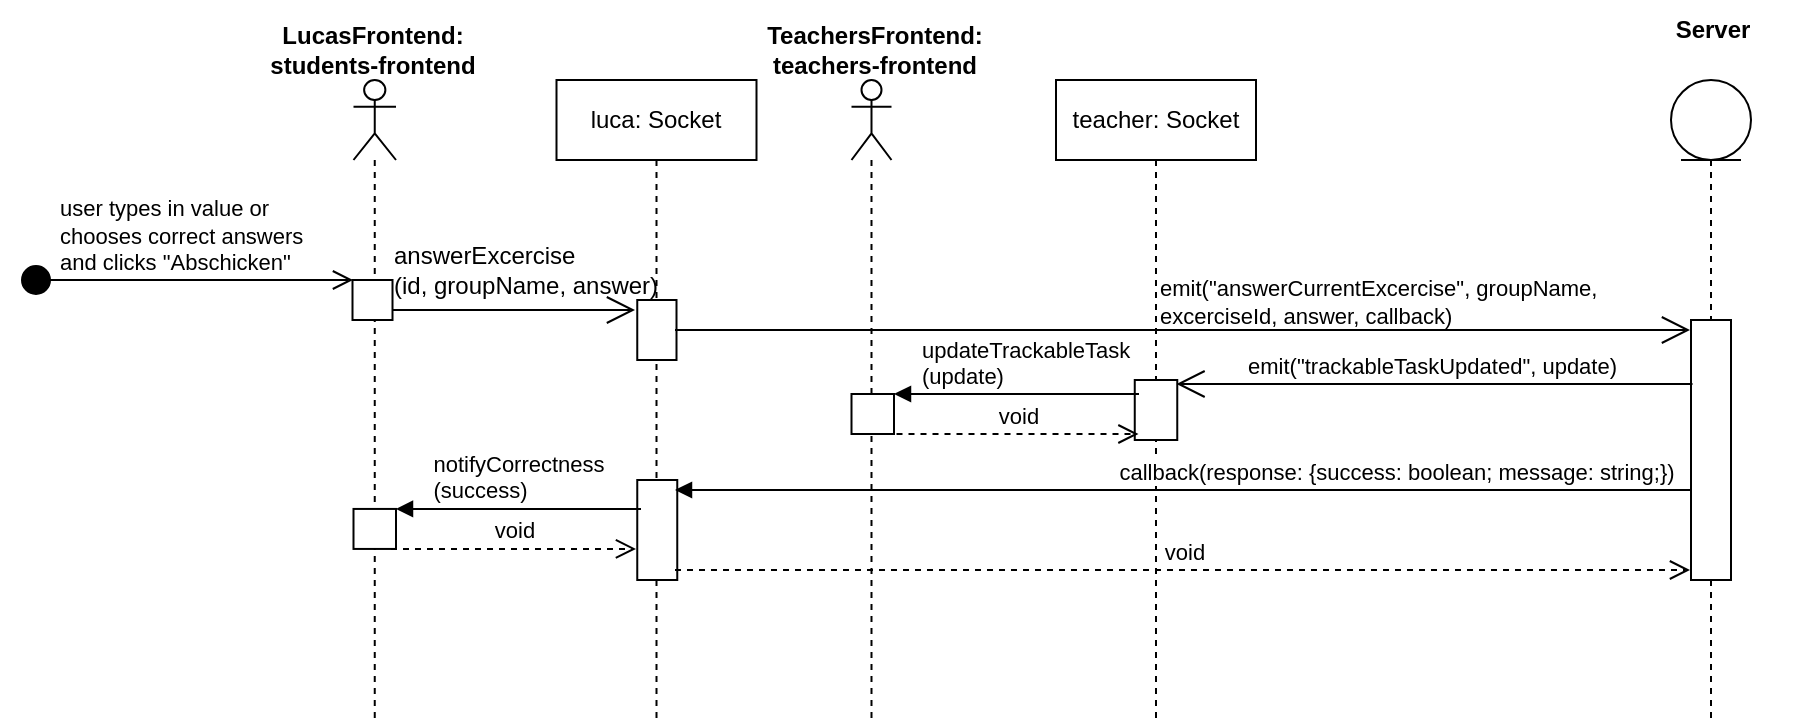
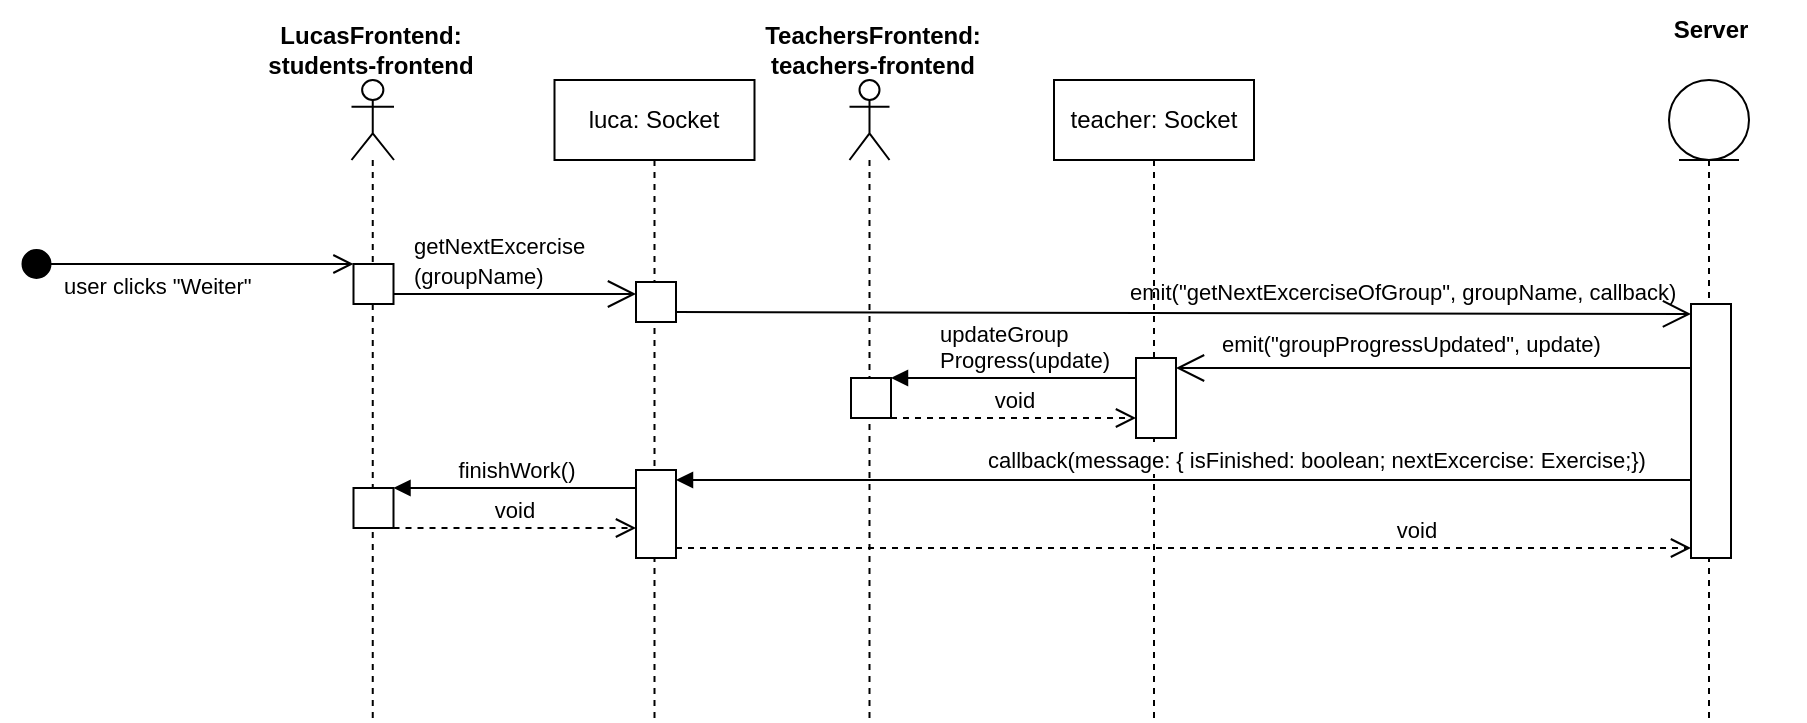
<mxfile host="app.diagrams.net" agent="Mozilla/5.0 (Windows NT 10.0; Win64; x64; rv:133.0) Gecko/20100101 Firefox/133.0" version="25.0.3">
  <diagram name="Page-1" id="2aDTY9amNtia2wzeplLk">
-     <mxGraphModel dx="2294" dy="838" grid="1" gridSize="10" guides="1" tooltips="1" connect="1" arrows="1" fold="1" page="1" pageScale="1" pageWidth="850" pageHeight="1100" math="0" shadow="0">
+     <mxGraphModel dx="1909" dy="615" grid="1" gridSize="10" guides="1" tooltips="1" connect="1" arrows="1" fold="1" page="1" pageScale="1" pageWidth="850" pageHeight="1100" math="0" shadow="0">
      <root>
        <mxCell id="0" />
        <mxCell id="1" parent="0" />
        <mxCell id="wzhvgZOO0w4-mviFbUcD-19" value="" style="shape=umlLifeline;perimeter=lifelinePerimeter;whiteSpace=wrap;html=1;container=1;dropTarget=0;collapsible=0;recursiveResize=0;outlineConnect=0;portConstraint=eastwest;newEdgeStyle={&quot;curved&quot;:0,&quot;rounded&quot;:0};participant=umlEntity;" parent="1" vertex="1">
          <mxGeometry x="607.5" y="40" width="40" height="320" as="geometry" />
        </mxCell>
-         <mxCell id="36G0p44SmY7-EEJN0GJe-1" value="" style="html=1;points=[[0,0,0,0,5],[0,1,0,0,-5],[1,0,0,0,5],[1,1,0,0,-5]];perimeter=orthogonalPerimeter;outlineConnect=0;targetShapes=umlLifeline;portConstraint=eastwest;newEdgeStyle={&quot;curved&quot;:0,&quot;rounded&quot;:0};" vertex="1" parent="wzhvgZOO0w4-mviFbUcD-19">
-           <mxGeometry x="10" y="120" width="20" height="130" as="geometry" />
-         </mxCell>
        <mxCell id="T5XOlsIRSnDnDzt5xugD-2" value="teacher: Socket" style="shape=umlLifeline;perimeter=lifelinePerimeter;whiteSpace=wrap;html=1;container=1;dropTarget=0;collapsible=0;recursiveResize=0;outlineConnect=0;portConstraint=eastwest;newEdgeStyle={&quot;curved&quot;:0,&quot;rounded&quot;:0};" parent="1" vertex="1">
          <mxGeometry x="300" y="40" width="100" height="320" as="geometry" />
-         </mxCell>
-         <mxCell id="36G0p44SmY7-EEJN0GJe-11" value="" style="html=1;points=[[0,0,0,0,5],[0,1,0,0,-5],[1,0,0,0,5],[1,1,0,0,-5]];perimeter=orthogonalPerimeter;outlineConnect=0;targetShapes=umlLifeline;portConstraint=eastwest;newEdgeStyle={&quot;curved&quot;:0,&quot;rounded&quot;:0};" vertex="1" parent="T5XOlsIRSnDnDzt5xugD-2">
-           <mxGeometry x="39.38" y="150" width="21.25" height="30" as="geometry" />
        </mxCell>
        <mxCell id="T5XOlsIRSnDnDzt5xugD-1" value="" style="shape=umlLifeline;perimeter=lifelinePerimeter;whiteSpace=wrap;html=1;container=1;dropTarget=0;collapsible=0;recursiveResize=0;outlineConnect=0;portConstraint=eastwest;newEdgeStyle={&quot;curved&quot;:0,&quot;rounded&quot;:0};participant=umlActor;" parent="1" vertex="1">
          <mxGeometry x="197.75" y="40" width="20" height="320" as="geometry" />
        </mxCell>
        <mxCell id="T5XOlsIRSnDnDzt5xugD-4" value="luca: Socket" style="shape=umlLifeline;perimeter=lifelinePerimeter;whiteSpace=wrap;html=1;container=1;dropTarget=0;collapsible=0;recursiveResize=0;outlineConnect=0;portConstraint=eastwest;newEdgeStyle={&quot;curved&quot;:0,&quot;rounded&quot;:0};" parent="1" vertex="1">
          <mxGeometry x="50.25" y="40" width="100" height="320" as="geometry" />
        </mxCell>
-         <mxCell id="36G0p44SmY7-EEJN0GJe-2" value="" style="html=1;points=[[0,0,0,0,5],[0,1,0,0,-5],[1,0,0,0,5],[1,1,0,0,-5]];perimeter=orthogonalPerimeter;outlineConnect=0;targetShapes=umlLifeline;portConstraint=eastwest;newEdgeStyle={&quot;curved&quot;:0,&quot;rounded&quot;:0};" vertex="1" parent="T5XOlsIRSnDnDzt5xugD-4">
-           <mxGeometry x="40.38" y="200" width="20" height="50" as="geometry" />
-         </mxCell>
-         <mxCell id="36G0p44SmY7-EEJN0GJe-4" value="" style="html=1;points=[[0,0,0,0,5],[0,1,0,0,-5],[1,0,0,0,5],[1,1,0,0,-5]];perimeter=orthogonalPerimeter;outlineConnect=0;targetShapes=umlLifeline;portConstraint=eastwest;newEdgeStyle={&quot;curved&quot;:0,&quot;rounded&quot;:0};" vertex="1" parent="T5XOlsIRSnDnDzt5xugD-4">
-           <mxGeometry x="40.38" y="110" width="19.62" height="30" as="geometry" />
-         </mxCell>
        <mxCell id="T5XOlsIRSnDnDzt5xugD-3" value="" style="shape=umlLifeline;perimeter=lifelinePerimeter;whiteSpace=wrap;html=1;container=1;dropTarget=0;collapsible=0;recursiveResize=0;outlineConnect=0;portConstraint=eastwest;newEdgeStyle={&quot;curved&quot;:0,&quot;rounded&quot;:0};participant=umlActor;" parent="1" vertex="1">
          <mxGeometry x="-51.25" y="40" width="21.25" height="320" as="geometry" />
-         </mxCell>
-         <mxCell id="36G0p44SmY7-EEJN0GJe-13" value="" style="html=1;points=[[0,0,0,0,5],[0,1,0,0,-5],[1,0,0,0,5],[1,1,0,0,-5]];perimeter=orthogonalPerimeter;outlineConnect=0;targetShapes=umlLifeline;portConstraint=eastwest;newEdgeStyle={&quot;curved&quot;:0,&quot;rounded&quot;:0};" vertex="1" parent="T5XOlsIRSnDnDzt5xugD-3">
-           <mxGeometry y="214.47000000000003" width="21.25" height="20" as="geometry" />
-         </mxCell>
-         <mxCell id="36G0p44SmY7-EEJN0GJe-14" value="&lt;div&gt;notifyCorrectness&lt;/div&gt;&lt;div align=&quot;left&quot;&gt;(success)&lt;/div&gt;" style="html=1;verticalAlign=bottom;endArrow=block;curved=0;rounded=0;" edge="1" parent="T5XOlsIRSnDnDzt5xugD-3">
-           <mxGeometry width="80" relative="1" as="geometry">
-             <mxPoint x="143.7499999999999" y="214.47000000000003" as="sourcePoint" />
-             <mxPoint x="21.249999999999886" y="214.47000000000003" as="targetPoint" />
-           </mxGeometry>
-         </mxCell>
-         <mxCell id="36G0p44SmY7-EEJN0GJe-15" value="void" style="html=1;verticalAlign=bottom;endArrow=open;dashed=1;endSize=8;curved=0;rounded=0;" edge="1" parent="T5XOlsIRSnDnDzt5xugD-3">
-           <mxGeometry relative="1" as="geometry">
-             <mxPoint x="18.749999999999886" y="234.47000000000003" as="sourcePoint" />
-             <mxPoint x="141.2499999999999" y="234.47000000000003" as="targetPoint" />
-           </mxGeometry>
        </mxCell>
        <mxCell id="wzhvgZOO0w4-mviFbUcD-15" value="&lt;div&gt;TeachersFrontend:&lt;br&gt;&lt;/div&gt;&lt;div&gt;teachers-frontend&lt;/div&gt;" style="text;align=center;fontStyle=1;verticalAlign=middle;spacingLeft=3;spacingRight=3;strokeColor=none;rotatable=0;points=[[0,0.5],[1,0.5]];portConstraint=eastwest;html=1;" parent="1" vertex="1">
          <mxGeometry x="161.25" y="10" width="95" height="30" as="geometry" />
        </mxCell>
        <mxCell id="wzhvgZOO0w4-mviFbUcD-32" value="Server" style="text;align=center;fontStyle=1;verticalAlign=middle;spacingLeft=3;spacingRight=3;strokeColor=none;rotatable=0;points=[[0,0.5],[1,0.5]];portConstraint=eastwest;html=1;" parent="1" vertex="1">
          <mxGeometry x="580" width="95" height="30" as="geometry" />
        </mxCell>
        <mxCell id="wzhvgZOO0w4-mviFbUcD-91" value="&lt;div&gt;LucasFrontend:&lt;/div&gt;&lt;div&gt;students-frontend&lt;br&gt;&lt;/div&gt;" style="text;align=center;fontStyle=1;verticalAlign=middle;spacingLeft=3;spacingRight=3;strokeColor=none;rotatable=0;points=[[0,0.5],[1,0.5]];portConstraint=eastwest;html=1;" parent="1" vertex="1">
          <mxGeometry x="-89.25" y="10" width="95" height="30" as="geometry" />
        </mxCell>
-         <mxCell id="wzhvgZOO0w4-mviFbUcD-168" value="" style="html=1;points=[[0,0,0,0,5],[0,1,0,0,-5],[1,0,0,0,5],[1,1,0,0,-5]];perimeter=orthogonalPerimeter;outlineConnect=0;targetShapes=umlLifeline;portConstraint=eastwest;newEdgeStyle={&quot;curved&quot;:0,&quot;rounded&quot;:0};" parent="1" vertex="1">
-           <mxGeometry x="-51.75" y="140" width="20" height="20" as="geometry" />
+         <mxCell id="S5gFlDb2Rxy7YLd1RKSb-3" value="" style="html=1;points=[[0,0,0,0,5],[0,1,0,0,-5],[1,0,0,0,5],[1,1,0,0,-5]];perimeter=orthogonalPerimeter;outlineConnect=0;targetShapes=umlLifeline;portConstraint=eastwest;newEdgeStyle={&quot;curved&quot;:0,&quot;rounded&quot;:0};" vertex="1" parent="1">
+           <mxGeometry x="341" y="179" width="20" height="40" as="geometry" />
        </mxCell>
-         <mxCell id="wzhvgZOO0w4-mviFbUcD-169" value="" style="endArrow=open;endFill=1;endSize=12;html=1;rounded=0;exitX=1;exitY=1;exitDx=0;exitDy=-5;exitPerimeter=0;entryX=0;entryY=0;entryDx=0;entryDy=5;entryPerimeter=0;" parent="1" source="wzhvgZOO0w4-mviFbUcD-168" edge="1">
+         <mxCell id="S5gFlDb2Rxy7YLd1RKSb-4" value="" style="html=1;points=[[0,0,0,0,5],[0,1,0,0,-5],[1,0,0,0,5],[1,1,0,0,-5]];perimeter=orthogonalPerimeter;outlineConnect=0;targetShapes=umlLifeline;portConstraint=eastwest;newEdgeStyle={&quot;curved&quot;:0,&quot;rounded&quot;:0};" vertex="1" parent="1">
+           <mxGeometry x="91" y="141" width="20" height="20" as="geometry" />
+         </mxCell>
+         <mxCell id="S5gFlDb2Rxy7YLd1RKSb-5" value="" style="html=1;points=[[0,0,0,0,5],[0,1,0,0,-5],[1,0,0,0,5],[1,1,0,0,-5]];perimeter=orthogonalPerimeter;outlineConnect=0;targetShapes=umlLifeline;portConstraint=eastwest;newEdgeStyle={&quot;curved&quot;:0,&quot;rounded&quot;:0};" vertex="1" parent="1">
+           <mxGeometry x="91" y="235" width="20" height="44" as="geometry" />
+         </mxCell>
+         <mxCell id="S5gFlDb2Rxy7YLd1RKSb-6" value="" style="html=1;points=[[0,0,0,0,5],[0,1,0,0,-5],[1,0,0,0,5],[1,1,0,0,-5]];perimeter=orthogonalPerimeter;outlineConnect=0;targetShapes=umlLifeline;portConstraint=eastwest;newEdgeStyle={&quot;curved&quot;:0,&quot;rounded&quot;:0};" vertex="1" parent="1">
+           <mxGeometry x="198.5" y="189" width="20" height="20" as="geometry" />
+         </mxCell>
+         <mxCell id="S5gFlDb2Rxy7YLd1RKSb-7" value="" style="html=1;points=[[0,0,0,0,5],[0,1,0,0,-5],[1,0,0,0,5],[1,1,0,0,-5]];perimeter=orthogonalPerimeter;outlineConnect=0;targetShapes=umlLifeline;portConstraint=eastwest;newEdgeStyle={&quot;curved&quot;:0,&quot;rounded&quot;:0};" vertex="1" parent="1">
+           <mxGeometry x="618.5" y="152" width="20" height="127" as="geometry" />
+         </mxCell>
+         <mxCell id="S5gFlDb2Rxy7YLd1RKSb-8" value="" style="html=1;points=[[0,0,0,0,5],[0,1,0,0,-5],[1,0,0,0,5],[1,1,0,0,-5]];perimeter=orthogonalPerimeter;outlineConnect=0;targetShapes=umlLifeline;portConstraint=eastwest;newEdgeStyle={&quot;curved&quot;:0,&quot;rounded&quot;:0};" vertex="1" parent="1">
+           <mxGeometry x="-50.25" y="244" width="20" height="20" as="geometry" />
+         </mxCell>
+         <mxCell id="S5gFlDb2Rxy7YLd1RKSb-9" value="" style="html=1;points=[[0,0,0,0,5],[0,1,0,0,-5],[1,0,0,0,5],[1,1,0,0,-5]];perimeter=orthogonalPerimeter;outlineConnect=0;targetShapes=umlLifeline;portConstraint=eastwest;newEdgeStyle={&quot;curved&quot;:0,&quot;rounded&quot;:0};" vertex="1" parent="1">
+           <mxGeometry x="-50.25" y="132" width="20" height="20" as="geometry" />
+         </mxCell>
+         <mxCell id="S5gFlDb2Rxy7YLd1RKSb-10" value="&lt;font style=&quot;font-size: 11px;&quot;&gt;emit(&quot;getNextExcerciseOfGroup&quot;, groupName, callback)&lt;/font&gt;" style="text;whiteSpace=wrap;html=1;" vertex="1" parent="1">
+           <mxGeometry x="336" y="132" width="280" height="30" as="geometry" />
+         </mxCell>
+         <mxCell id="S5gFlDb2Rxy7YLd1RKSb-11" value="" style="endArrow=open;endFill=1;endSize=12;html=1;rounded=0;exitX=1;exitY=1;exitDx=0;exitDy=-5;exitPerimeter=0;entryX=0;entryY=0;entryDx=0;entryDy=5;entryPerimeter=0;" edge="1" parent="1" source="S5gFlDb2Rxy7YLd1RKSb-4" target="S5gFlDb2Rxy7YLd1RKSb-7">
          <mxGeometry width="160" relative="1" as="geometry">
-             <mxPoint x="169.5" as="sourcePoint" />
-             <mxPoint x="89.50000000000045" y="155" as="targetPoint" />
+             <mxPoint x="341" y="62" as="sourcePoint" />
+             <mxPoint x="601" y="146" as="targetPoint" />
          </mxGeometry>
        </mxCell>
-         <mxCell id="wzhvgZOO0w4-mviFbUcD-172" value="" style="endArrow=open;endFill=1;endSize=12;html=1;rounded=0;exitX=1;exitY=1;exitDx=0;exitDy=-5;exitPerimeter=0;entryX=0;entryY=0;entryDx=0;entryDy=5;entryPerimeter=0;" parent="1" edge="1">
-           <mxGeometry width="160" relative="1" as="geometry">
-             <mxPoint x="109.50000000000045" y="164.99999999999977" as="sourcePoint" />
-             <mxPoint x="617" y="165" as="targetPoint" />
-           </mxGeometry>
-         </mxCell>
-         <mxCell id="wzhvgZOO0w4-mviFbUcD-173" value="&lt;font style=&quot;font-size: 11px;&quot;&gt;emit(&quot;answerCurrentExcercise&quot;, groupName, excerciseId, answer, callback)&lt;/font&gt;" style="text;whiteSpace=wrap;html=1;" parent="1" vertex="1">
-           <mxGeometry x="349.5" y="130" width="280" height="30" as="geometry" />
-         </mxCell>
-         <mxCell id="1kSFkEbPgEv4m-t2jmqG-113" value="callback(response: {success: boolean; message: string;})" style="html=1;verticalAlign=bottom;endArrow=block;curved=0;rounded=0;entryX=1;entryY=0;entryDx=0;entryDy=5;entryPerimeter=0;" parent="1" edge="1">
-           <mxGeometry x="-0.4187" width="80" relative="1" as="geometry">
-             <mxPoint x="617" y="245" as="sourcePoint" />
-             <mxPoint x="109.5" y="245" as="targetPoint" />
+         <mxCell id="S5gFlDb2Rxy7YLd1RKSb-12" value="callback(message: { isFinished: boolean; nextExcercise: Exercise;})" style="html=1;verticalAlign=bottom;endArrow=block;curved=0;rounded=0;entryX=1;entryY=0;entryDx=0;entryDy=5;entryPerimeter=0;" edge="1" parent="1" source="S5gFlDb2Rxy7YLd1RKSb-7" target="S5gFlDb2Rxy7YLd1RKSb-5">
+           <mxGeometry x="-0.2611" y="-1" width="80" relative="1" as="geometry">
+             <mxPoint x="601" y="229" as="sourcePoint" />
+             <mxPoint x="671" y="392" as="targetPoint" />
            <mxPoint as="offset" />
          </mxGeometry>
        </mxCell>
-         <mxCell id="1kSFkEbPgEv4m-t2jmqG-116" value="void" style="html=1;verticalAlign=bottom;endArrow=open;dashed=1;endSize=8;curved=0;rounded=0;exitX=1;exitY=1;exitDx=0;exitDy=-5;exitPerimeter=0;" parent="1" edge="1">
-           <mxGeometry relative="1" as="geometry">
-             <mxPoint x="109.5" y="285" as="sourcePoint" />
-             <mxPoint x="617" y="285" as="targetPoint" />
+         <mxCell id="S5gFlDb2Rxy7YLd1RKSb-13" value="finishWork()" style="html=1;verticalAlign=bottom;endArrow=block;curved=0;rounded=0;entryX=1;entryY=0;entryDx=0;entryDy=5;entryPerimeter=0;" edge="1" parent="1">
+           <mxGeometry width="80" relative="1" as="geometry">
+             <mxPoint x="91" y="244" as="sourcePoint" />
+             <mxPoint x="-30.25" y="244" as="targetPoint" />
          </mxGeometry>
        </mxCell>
-         <mxCell id="1kSFkEbPgEv4m-t2jmqG-130" value="&lt;div&gt;answerExcercise&lt;/div&gt;&lt;div&gt;(id, groupName, answer)&lt;/div&gt;" style="text;html=1;align=left;verticalAlign=middle;whiteSpace=wrap;rounded=0;" parent="1" vertex="1">
-           <mxGeometry x="-33" y="120" width="142.5" height="30" as="geometry" />
+         <mxCell id="S5gFlDb2Rxy7YLd1RKSb-14" value="" style="endArrow=open;endFill=1;endSize=12;html=1;rounded=0;entryX=1;entryY=0;entryDx=0;entryDy=5;entryPerimeter=0;" edge="1" parent="1" source="S5gFlDb2Rxy7YLd1RKSb-7" target="S5gFlDb2Rxy7YLd1RKSb-3">
+           <mxGeometry width="160" relative="1" as="geometry">
+             <mxPoint x="1170" y="387" as="sourcePoint" />
+             <mxPoint x="561" y="127" as="targetPoint" />
+           </mxGeometry>
        </mxCell>
-         <mxCell id="_SGCli1s5RP8yjDYndTH-19" value="&lt;div&gt;user types in value or&amp;nbsp;&lt;/div&gt;&lt;div&gt;chooses correct answers&lt;/div&gt;&lt;div&gt;and clicks &quot;Abschicken&quot;&lt;/div&gt;" style="html=1;verticalAlign=bottom;startArrow=circle;startFill=1;endArrow=open;startSize=6;endSize=8;curved=0;rounded=0;align=left;" parent="1" edge="1">
-           <mxGeometry x="-0.7838" width="80" relative="1" as="geometry">
-             <mxPoint x="-218" y="140" as="sourcePoint" />
-             <mxPoint x="-51.5" y="140" as="targetPoint" />
+         <mxCell id="S5gFlDb2Rxy7YLd1RKSb-15" value="&lt;div&gt;emit(&quot;groupProgressUpdated&quot;, update)&lt;/div&gt;" style="text;whiteSpace=wrap;html=1;fontSize=11;" vertex="1" parent="1">
+           <mxGeometry x="382" y="159" width="230" height="40" as="geometry" />
+         </mxCell>
+         <mxCell id="S5gFlDb2Rxy7YLd1RKSb-16" value="&lt;div align=&quot;left&quot;&gt;updateGroup&lt;/div&gt;&lt;div align=&quot;left&quot;&gt;Progress(update)&lt;/div&gt;" style="html=1;verticalAlign=bottom;endArrow=block;curved=0;rounded=0;entryX=1;entryY=0;entryDx=0;entryDy=5;entryPerimeter=0;align=left;" edge="1" parent="1">
+           <mxGeometry x="0.6327" width="80" relative="1" as="geometry">
+             <mxPoint x="340.9999999999998" y="189" as="sourcePoint" />
+             <mxPoint x="218.50000000000023" y="189" as="targetPoint" />
            <mxPoint as="offset" />
          </mxGeometry>
        </mxCell>
-         <mxCell id="36G0p44SmY7-EEJN0GJe-5" value="" style="html=1;points=[[0,0,0,0,5],[0,1,0,0,-5],[1,0,0,0,5],[1,1,0,0,-5]];perimeter=orthogonalPerimeter;outlineConnect=0;targetShapes=umlLifeline;portConstraint=eastwest;newEdgeStyle={&quot;curved&quot;:0,&quot;rounded&quot;:0};" vertex="1" parent="1">
-           <mxGeometry x="197.75" y="197" width="21.25" height="20" as="geometry" />
+         <mxCell id="S5gFlDb2Rxy7YLd1RKSb-17" value="" style="endArrow=open;endFill=1;endSize=12;html=1;rounded=0;exitX=1;exitY=1;exitDx=0;exitDy=-5;exitPerimeter=0;" edge="1" parent="1" source="S5gFlDb2Rxy7YLd1RKSb-9" target="S5gFlDb2Rxy7YLd1RKSb-4">
+           <mxGeometry width="160" relative="1" as="geometry">
+             <mxPoint x="1" y="131" as="sourcePoint" />
+             <mxPoint x="61" y="146" as="targetPoint" />
+           </mxGeometry>
        </mxCell>
-         <mxCell id="36G0p44SmY7-EEJN0GJe-6" value="&lt;div align=&quot;left&quot;&gt;updateTrackableTask&lt;/div&gt;&lt;div align=&quot;left&quot;&gt;(update)&lt;/div&gt;" style="html=1;verticalAlign=bottom;endArrow=block;curved=0;rounded=0;align=left;" edge="1" parent="1">
-           <mxGeometry x="0.8163" width="80" relative="1" as="geometry">
-             <mxPoint x="341.5" y="197" as="sourcePoint" />
-             <mxPoint x="219" y="197" as="targetPoint" />
+         <mxCell id="S5gFlDb2Rxy7YLd1RKSb-18" value="void" style="html=1;verticalAlign=bottom;endArrow=open;dashed=1;endSize=8;curved=0;rounded=0;exitX=1;exitY=1;exitDx=0;exitDy=-5;exitPerimeter=0;" edge="1" parent="1">
+           <mxGeometry relative="1" as="geometry">
+             <mxPoint x="218.50000000000023" y="209" as="sourcePoint" />
+             <mxPoint x="340.9999999999998" y="209" as="targetPoint" />
+           </mxGeometry>
+         </mxCell>
+         <mxCell id="S5gFlDb2Rxy7YLd1RKSb-19" value="void" style="html=1;verticalAlign=bottom;endArrow=open;dashed=1;endSize=8;curved=0;rounded=0;exitX=1;exitY=1;exitDx=0;exitDy=-5;exitPerimeter=0;" edge="1" parent="1">
+           <mxGeometry relative="1" as="geometry">
+             <mxPoint x="-30.25" y="264" as="sourcePoint" />
+             <mxPoint x="91" y="264" as="targetPoint" />
+           </mxGeometry>
+         </mxCell>
+         <mxCell id="S5gFlDb2Rxy7YLd1RKSb-20" value="void" style="html=1;verticalAlign=bottom;endArrow=open;dashed=1;endSize=8;curved=0;rounded=0;exitX=1;exitY=1;exitDx=0;exitDy=-5;exitPerimeter=0;" edge="1" parent="1" source="S5gFlDb2Rxy7YLd1RKSb-5" target="S5gFlDb2Rxy7YLd1RKSb-7">
+           <mxGeometry x="0.4581" relative="1" as="geometry">
+             <mxPoint x="121" y="259" as="sourcePoint" />
+             <mxPoint x="241" y="279" as="targetPoint" />
            <mxPoint as="offset" />
          </mxGeometry>
        </mxCell>
-         <mxCell id="36G0p44SmY7-EEJN0GJe-7" value="void" style="html=1;verticalAlign=bottom;endArrow=open;dashed=1;endSize=8;curved=0;rounded=0;" edge="1" parent="1">
-           <mxGeometry relative="1" as="geometry">
-             <mxPoint x="220.25" y="217" as="sourcePoint" />
-             <mxPoint x="341.25" y="217" as="targetPoint" />
+         <mxCell id="S5gFlDb2Rxy7YLd1RKSb-21" value="&lt;div&gt;&lt;font style=&quot;font-size: 11px;&quot;&gt;getNextExcercise&lt;/font&gt;&lt;/div&gt;&lt;div&gt;&lt;font style=&quot;font-size: 11px;&quot;&gt;(groupName)&lt;/font&gt;&lt;/div&gt;" style="text;html=1;align=left;verticalAlign=middle;whiteSpace=wrap;rounded=0;" vertex="1" parent="1">
+           <mxGeometry x="-22.5" y="115" width="60" height="30" as="geometry" />
+         </mxCell>
+         <mxCell id="S5gFlDb2Rxy7YLd1RKSb-22" value="user clicks &quot;Weiter&quot;" style="html=1;verticalAlign=bottom;startArrow=circle;startFill=1;endArrow=open;startSize=6;endSize=8;curved=0;rounded=0;align=left;" edge="1" parent="1">
+           <mxGeometry x="-0.7598" y="-20" width="80" relative="1" as="geometry">
+             <mxPoint x="-216.75" y="132" as="sourcePoint" />
+             <mxPoint x="-50.25" y="132" as="targetPoint" />
+             <mxPoint as="offset" />
          </mxGeometry>
-         </mxCell>
-         <mxCell id="36G0p44SmY7-EEJN0GJe-8" value="" style="endArrow=open;endFill=1;endSize=12;html=1;rounded=0;entryX=1;entryY=0;entryDx=0;entryDy=5;entryPerimeter=0;" edge="1" parent="1">
-           <mxGeometry width="160" relative="1" as="geometry">
-             <mxPoint x="618.25" y="192" as="sourcePoint" />
-             <mxPoint x="360.25" y="192" as="targetPoint" />
-           </mxGeometry>
-         </mxCell>
-         <mxCell id="36G0p44SmY7-EEJN0GJe-10" value="&lt;div&gt;emit(&quot;trackableTaskUpdated&quot;, update)&lt;/div&gt;" style="text;whiteSpace=wrap;html=1;fontSize=11;" vertex="1" parent="1">
-           <mxGeometry x="393.87" y="170" width="191.25" height="40" as="geometry" />
        </mxCell>
      </root>
    </mxGraphModel>
  </diagram>
</mxfile>
